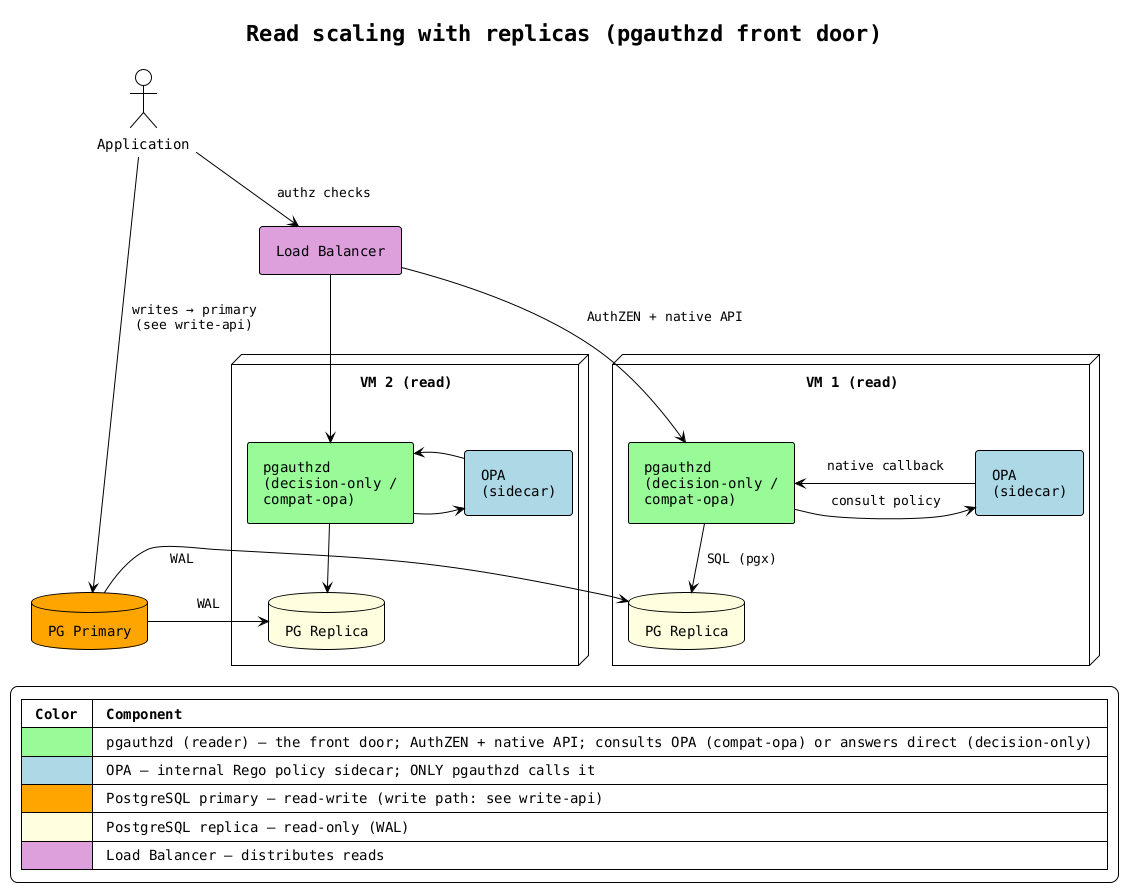
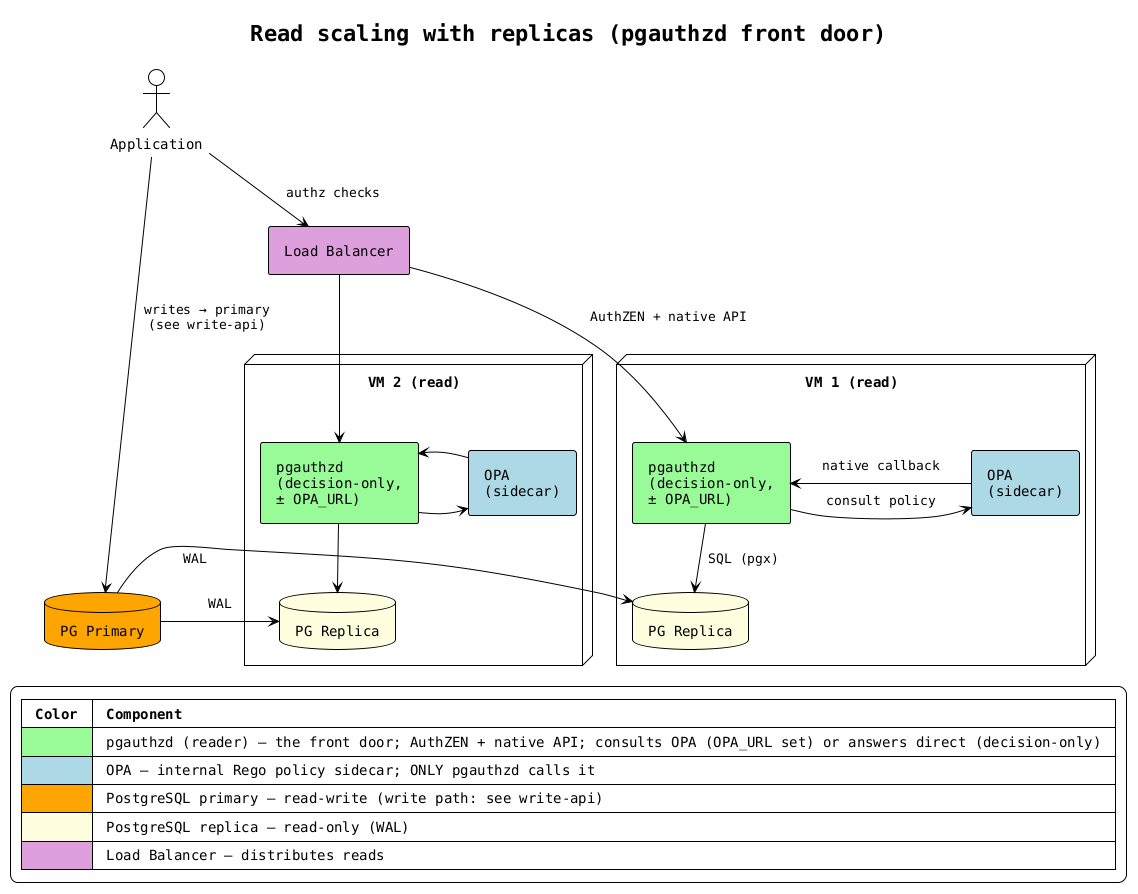
@startuml architecture-read-scaled

!theme plain
skinparam backgroundColor white
skinparam componentStyle rectangle
skinparam defaultFontName monospaced
skinparam nodesep 50
skinparam ranksep 40
skinparam padding 6

title Read scaling with replicas (pgauthzd front door)

actor "Application" as app3

component "Load Balancer" as lb #Plum

node "VM 1 (read)" as vm1 {
-     component "pgauthzd\n(decision-only /\ncompat-opa)" as pgd3a #PaleGreen
+     component "pgauthzd\n(decision-only,\n± OPA_URL)" as pgd3a #PaleGreen
    component "OPA\n(sidecar)" as opa3a #LightBlue
    database "PG Replica" as pgr3a #LightYellow
}

node "VM 2 (read)" as vm2 {
-     component "pgauthzd\n(decision-only /\ncompat-opa)" as pgd3b #PaleGreen
+     component "pgauthzd\n(decision-only,\n± OPA_URL)" as pgd3b #PaleGreen
    component "OPA\n(sidecar)" as opa3b #LightBlue
    database "PG Replica" as pgr3b #LightYellow
}

database "PG Primary" as pgp3 #Orange

' Read path — pgauthzd is the ONLY front door; scale it out (with its OPA
' sidecar) next to each read replica. It answers directly from the graph
- ' (decision-only) or consults OPA for Rego policy (compat-opa); only pgauthzd
+ ' (decision-only) or consults OPA for Rego policy (OPA_URL set); only pgauthzd
' calls OPA, which calls back into pgauthzd's native listener for the graph.
app3 -down-> lb : "authz checks"
lb -down-> pgd3a : "AuthZEN + native API"
lb -down-> pgd3b
pgd3a -right-> opa3a : "consult policy"
opa3a -left-> pgd3a : "native callback"
pgd3b -right-> opa3b
opa3b -left-> pgd3b
pgd3a -down-> pgr3a : "SQL (pgx)"
pgd3b -down-> pgr3b

' Writes go to the primary — the focus here is READ scaling, so the write path
' is kept as a single edge; see architecture-write-api for how it is enforced
' (a full-profile pgauthzd writer, or — rarely — a scoped application DB role).
app3 -down-> pgp3 : "writes → primary\n(see write-api)"

' Replication
pgp3 -right-> pgr3a : "  WAL  "
pgp3 -right-> pgr3b : "  WAL  "

legend bottom left
  |= Color |= Component |
-   | <#PaleGreen> | pgauthzd (reader) — the front door; AuthZEN + native API; consults OPA (compat-opa) or answers direct (decision-only) |
+   | <#PaleGreen> | pgauthzd (reader) — the front door; AuthZEN + native API; consults OPA (OPA_URL set) or answers direct (decision-only) |
  | <#LightBlue> | OPA — internal Rego policy sidecar; ONLY pgauthzd calls it |
  | <#Orange> | PostgreSQL primary — read-write (write path: see write-api) |
  | <#LightYellow> | PostgreSQL replica — read-only (WAL) |
  | <#Plum> | Load Balancer — distributes reads |
end legend

@enduml
